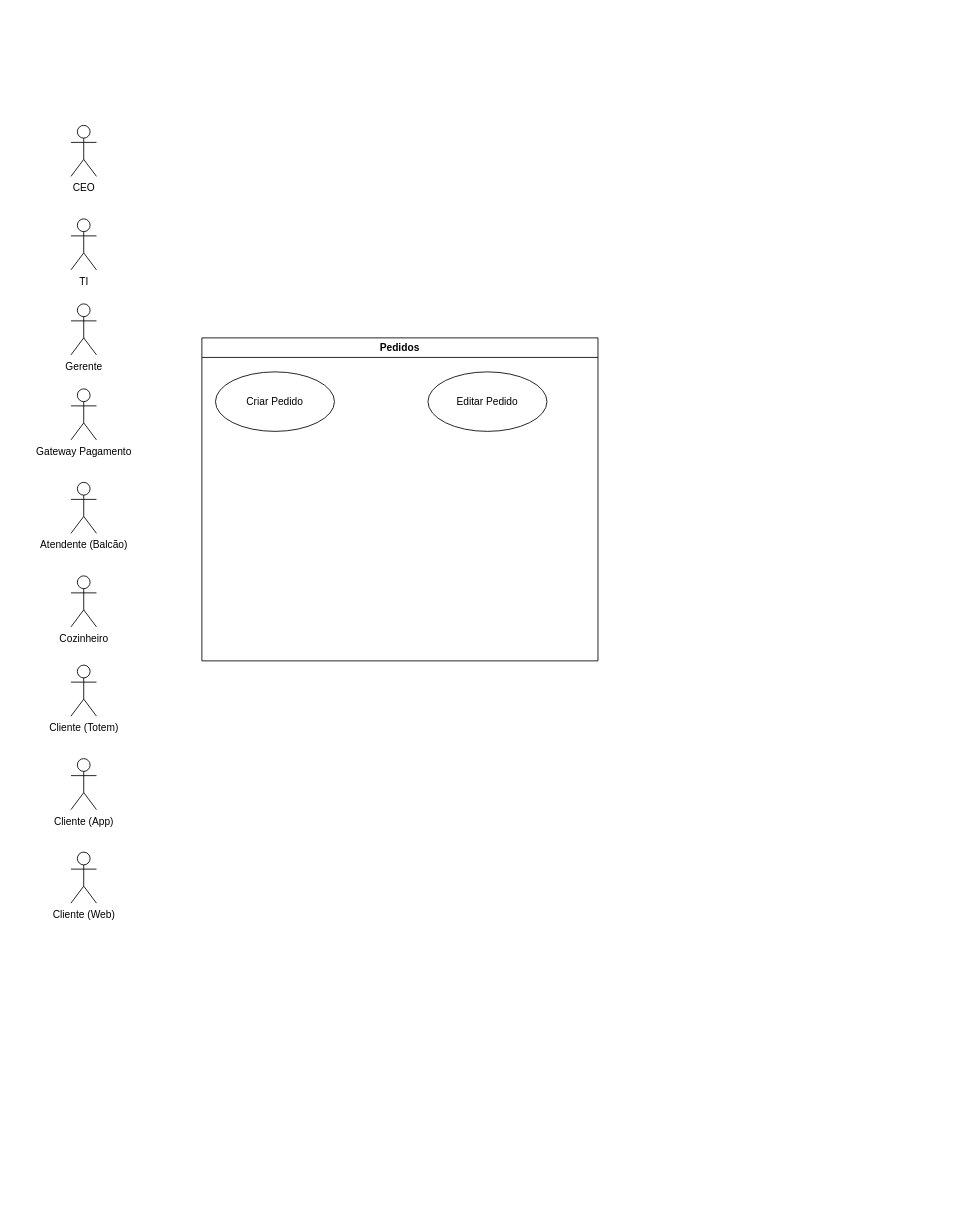
Earlier version of the draw.io diagram page "Diagrama de Casos de Uso" (3 of 3) of Diagramas/Modelagem V3.drawio (thiagomikulin/Raizes-do-Nordeste). Source tidied: cells renumbered, new cells numbered last; positions are measured from the earlier drawing's top-left corner, leaving out a move shared by most shapes. Both pictures are drawn from the tidied source at 85%, with x=0, y=0 at pixel (71, 125).
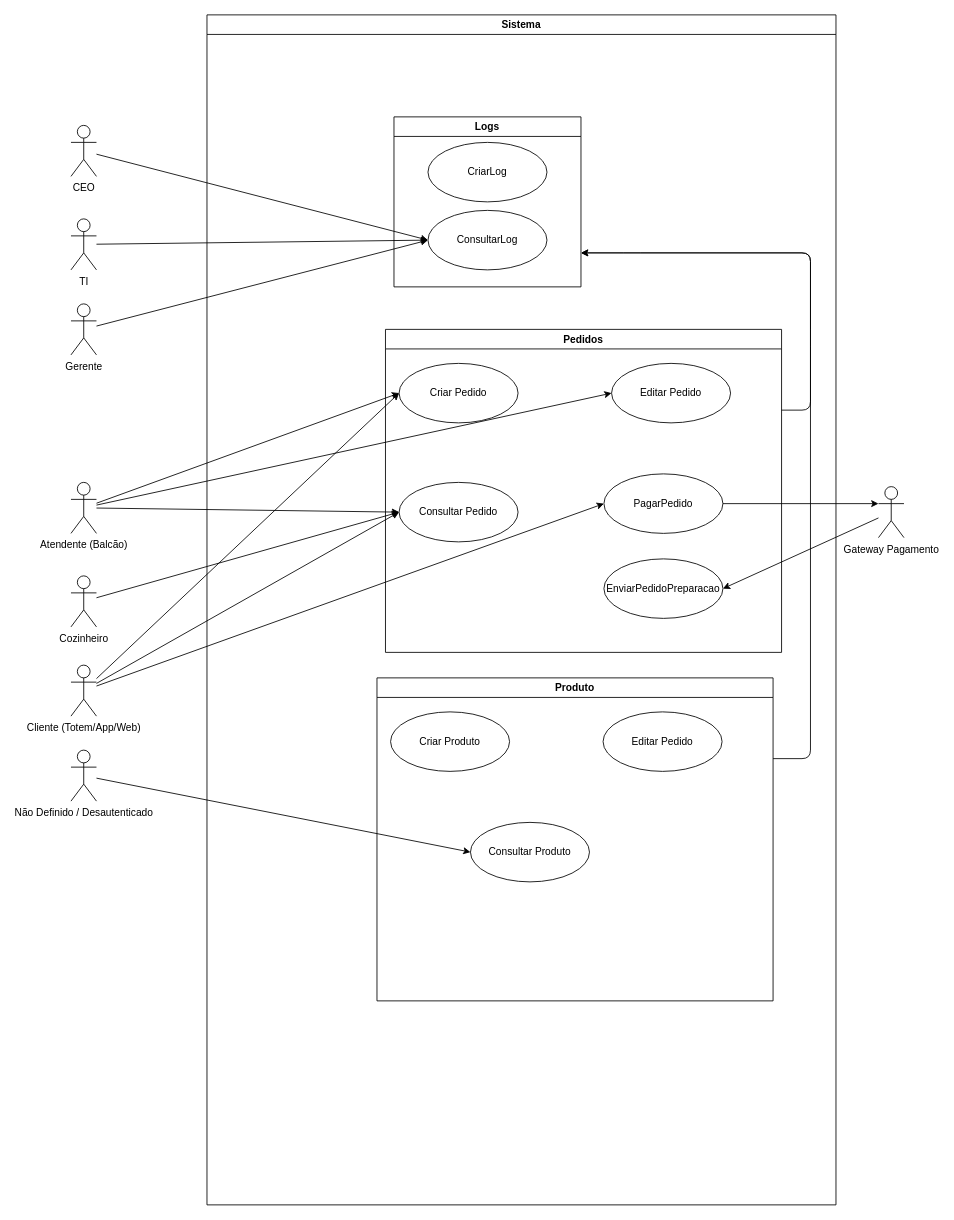
The same diagram, later.

Unchanged cells that the change refers to:
```xml
<mxCell id="5" value="Atendente (Balcão)" style="shape=umlActor;verticalLabelPosition=bottom;verticalAlign=top;html=1;" parent="1" vertex="1">
  <mxGeometry y="420" width="30" height="60" as="geometry" />
</mxCell>
<mxCell id="6" value="Gerente" style="shape=umlActor;verticalLabelPosition=bottom;verticalAlign=top;html=1;" parent="1" vertex="1">
  <mxGeometry y="210" width="30" height="60" as="geometry" />
</mxCell>
<mxCell id="7" value="TI" style="shape=umlActor;verticalLabelPosition=bottom;verticalAlign=top;html=1;" parent="1" vertex="1">
  <mxGeometry y="110" width="30" height="60" as="geometry" />
</mxCell>
<mxCell id="8" value="CEO" style="shape=umlActor;verticalLabelPosition=bottom;verticalAlign=top;html=1;" parent="1" vertex="1">
  <mxGeometry width="30" height="60" as="geometry" />
</mxCell>
<mxCell id="10" value="Criar Pedido" style="ellipse;whiteSpace=wrap;html=1;" parent="9" vertex="1">
  <mxGeometry x="16" y="40" width="140" height="70" as="geometry" />
</mxCell>
<mxCell id="11" value="Editar Pedido" style="ellipse;whiteSpace=wrap;html=1;" parent="9" vertex="1">
  <mxGeometry x="266" y="40" width="140" height="70" as="geometry" />
</mxCell>
```

What changed in the source:
```diff
@@
-    <mxCell id="2" value="Cliente (Web)" style="shape=umlActor;verticalLabelPosition=bottom;verticalAlign=top;html=1;" parent="1" vertex="1">
-      <mxGeometry y="855" width="30" height="60" as="geometry" />
-    </mxCell>
+    <mxCell id="14" style="edgeStyle=none;html=1;entryX=0;entryY=0.5;entryDx=0;entryDy=0;" parent="1" edge="1" source="3" target="32">
+      <mxGeometry relative="1" as="geometry" />
+    </mxCell>
+    <mxCell id="15" style="edgeStyle=none;html=1;entryX=0;entryY=0.5;entryDx=0;entryDy=0;" parent="1" edge="1" source="3" target="10">
+      <mxGeometry relative="1" as="geometry" />
+    </mxCell>
+    <mxCell id="16" style="edgeStyle=none;html=1;entryX=0;entryY=0.5;entryDx=0;entryDy=0;" parent="1" edge="1" source="3" target="33">
+      <mxGeometry relative="1" as="geometry" />
+    </mxCell>
-    <mxCell id="3" value="Cliente (Totem)" style="shape=umlActor;verticalLabelPosition=bottom;verticalAlign=top;html=1;" parent="1" vertex="1">
+    <mxCell id="3" value="Cliente (Totem/App/Web)" style="shape=umlActor;verticalLabelPosition=bottom;verticalAlign=top;html=1;" parent="1" vertex="1">
       <mxGeometry y="635" width="30" height="60" as="geometry" />
     </mxCell>
-    <mxCell id="4" value="Cliente (App)" style="shape=umlActor;verticalLabelPosition=bottom;verticalAlign=top;html=1;" parent="1" vertex="1">
-      <mxGeometry y="745" width="30" height="60" as="geometry" />
-    </mxCell>
+    <mxCell id="17" style="edgeStyle=none;html=1;entryX=0;entryY=0.5;entryDx=0;entryDy=0;" parent="1" edge="1" source="5" target="10">
+      <mxGeometry relative="1" as="geometry" />
+    </mxCell>
+    <mxCell id="18" style="edgeStyle=none;html=1;entryX=0;entryY=0.5;entryDx=0;entryDy=0;" parent="1" edge="1" source="5" target="32">
+      <mxGeometry relative="1" as="geometry" />
+    </mxCell>
+    <mxCell id="19" style="edgeStyle=none;html=1;entryX=0;entryY=0.5;entryDx=0;entryDy=0;" parent="1" edge="1" source="5" target="11">
+      <mxGeometry relative="1" as="geometry" />
+    </mxCell>
@@
+    <mxCell id="20" style="edgeStyle=none;html=1;entryX=0;entryY=0.5;entryDx=0;entryDy=0;" parent="1" edge="1" source="6" target="37">
+      <mxGeometry relative="1" as="geometry" />
+    </mxCell>
@@
+    <mxCell id="21" style="edgeStyle=none;html=1;entryX=0;entryY=0.5;entryDx=0;entryDy=0;" parent="1" edge="1" source="7" target="37">
+      <mxGeometry relative="1" as="geometry" />
+    </mxCell>
@@
+    <mxCell id="22" style="edgeStyle=none;html=1;entryX=0;entryY=0.5;entryDx=0;entryDy=0;" parent="1" edge="1" source="8" target="37">
+      <mxGeometry relative="1" as="geometry" />
+    </mxCell>
@@
+    <mxCell id="23" style="edgeStyle=none;html=1;entryX=0;entryY=0.5;entryDx=0;entryDy=0;" parent="1" edge="1" source="12" target="32">
+      <mxGeometry relative="1" as="geometry" />
+    </mxCell>
+    <mxCell id="12" value="Cozinheiro" style="shape=umlActor;verticalLabelPosition=bottom;verticalAlign=top;html=1;" parent="1" vertex="1">
+      <mxGeometry y="530" width="30" height="60" as="geometry" />
+    </mxCell>
+    <mxCell id="24" style="edgeStyle=none;html=1;entryX=1;entryY=0.5;entryDx=0;entryDy=0;" parent="1" edge="1" source="13" target="34">
+      <mxGeometry relative="1" as="geometry" />
+    </mxCell>
+    <mxCell id="13" value="Gateway Pagamento" style="shape=umlActor;verticalLabelPosition=bottom;verticalAlign=top;html=1;" parent="1" vertex="1">
+      <mxGeometry x="950" y="425" width="30" height="60" as="geometry" />
+    </mxCell>
+    <mxCell id="25" value="Sistema" style="swimlane;whiteSpace=wrap;html=1;" parent="1" vertex="1">
+      <mxGeometry x="160" y="-130" width="740" height="1400" as="geometry" />
+    </mxCell>
+    <mxCell id="26" style="edgeStyle=none;html=1;exitX=1;exitY=0.25;exitDx=0;exitDy=0;" parent="25" edge="1" source="27">
+      <mxGeometry relative="1" as="geometry">
+        <mxPoint x="440" y="280" as="targetPoint" />
+        <Array as="points">
+          <mxPoint x="710" y="875" />
+          <mxPoint x="710" y="280" />
+          <mxPoint x="590" y="280" />
+        </Array>
+      </mxGeometry>
+    </mxCell>
+    <mxCell id="27" value="Produto" style="swimlane;whiteSpace=wrap;html=1;" parent="25" vertex="1">
+      <mxGeometry x="200" y="780" width="466" height="380" as="geometry" />
+    </mxCell>
+    <mxCell id="28" value="Criar Produto" style="ellipse;whiteSpace=wrap;html=1;" parent="27" vertex="1">
+      <mxGeometry x="16" y="40" width="140" height="70" as="geometry" />
+    </mxCell>
+    <mxCell id="29" value="Editar Pedido" style="ellipse;whiteSpace=wrap;html=1;" parent="27" vertex="1">
+      <mxGeometry x="266" y="40" width="140" height="70" as="geometry" />
+    </mxCell>
+    <mxCell id="30" value="Consultar Produto" style="ellipse;whiteSpace=wrap;html=1;" parent="27" vertex="1">
+      <mxGeometry x="110" y="170" width="140" height="70" as="geometry" />
+    </mxCell>
+    <mxCell id="31" style="edgeStyle=none;html=1;exitX=1;exitY=0.25;exitDx=0;exitDy=0;" parent="25" edge="1" source="9">
+      <mxGeometry relative="1" as="geometry">
+        <mxPoint x="440" y="280" as="targetPoint" />
+        <Array as="points">
+          <mxPoint x="710" y="465" />
+          <mxPoint x="710" y="380" />
+          <mxPoint x="710" y="280" />
+          <mxPoint x="500" y="280" />
+        </Array>
+      </mxGeometry>
+    </mxCell>
-    <mxCell id="9" value="Pedidos" style="swimlane;whiteSpace=wrap;html=1;" parent="1" vertex="1">
-      <mxGeometry x="154" y="250" width="466" height="380" as="geometry" />
+    <mxCell id="9" value="Pedidos" style="swimlane;whiteSpace=wrap;html=1;" parent="25" vertex="1">
+      <mxGeometry x="210" y="370" width="466" height="380" as="geometry" />
     </mxCell>
@@
-    <mxCell id="12" value="Cozinheiro" style="shape=umlActor;verticalLabelPosition=bottom;verticalAlign=top;html=1;" parent="1" vertex="1">
-      <mxGeometry y="530" width="30" height="60" as="geometry" />
-    </mxCell>
-    <mxCell id="13" value="Gateway Pagamento" style="shape=umlActor;verticalLabelPosition=bottom;verticalAlign=top;html=1;" parent="1" vertex="1">
-      <mxGeometry y="310" width="30" height="60" as="geometry" />
-    </mxCell>
+    <mxCell id="32" value="Consultar Pedido" style="ellipse;whiteSpace=wrap;html=1;" parent="9" vertex="1">
+      <mxGeometry x="16" y="180" width="140" height="70" as="geometry" />
+    </mxCell>
+    <mxCell id="33" value="PagarPedido" style="ellipse;whiteSpace=wrap;html=1;" parent="9" vertex="1">
+      <mxGeometry x="257" y="170" width="140" height="70" as="geometry" />
+    </mxCell>
+    <mxCell id="34" value="EnviarPedidoPreparacao" style="ellipse;whiteSpace=wrap;html=1;" parent="9" vertex="1">
+      <mxGeometry x="257" y="270" width="140" height="70" as="geometry" />
+    </mxCell>
+    <mxCell id="35" value="Logs" style="swimlane;whiteSpace=wrap;html=1;" parent="25" vertex="1">
+      <mxGeometry x="220" y="120" width="220" height="200" as="geometry" />
+    </mxCell>
+    <mxCell id="36" value="CriarLog" style="ellipse;whiteSpace=wrap;html=1;" parent="35" vertex="1">
+      <mxGeometry x="40" y="30" width="140" height="70" as="geometry" />
+    </mxCell>
+    <mxCell id="37" value="ConsultarLog" style="ellipse;whiteSpace=wrap;html=1;" parent="35" vertex="1">
+      <mxGeometry x="40" y="110" width="140" height="70" as="geometry" />
+    </mxCell>
+    <mxCell id="38" style="edgeStyle=none;html=1;entryX=0;entryY=0.5;entryDx=0;entryDy=0;" parent="1" edge="1" source="39" target="30">
+      <mxGeometry relative="1" as="geometry" />
+    </mxCell>
+    <mxCell id="39" value="Não Definido / Desautenticado" style="shape=umlActor;verticalLabelPosition=bottom;verticalAlign=top;html=1;" parent="1" vertex="1">
+      <mxGeometry y="735" width="30" height="60" as="geometry" />
+    </mxCell>
+    <mxCell id="40" style="edgeStyle=none;html=1;entryX=0;entryY=0.3333333333333333;entryDx=0;entryDy=0;entryPerimeter=0;" parent="1" edge="1" source="33" target="13">
+      <mxGeometry relative="1" as="geometry" />
+    </mxCell>
```
